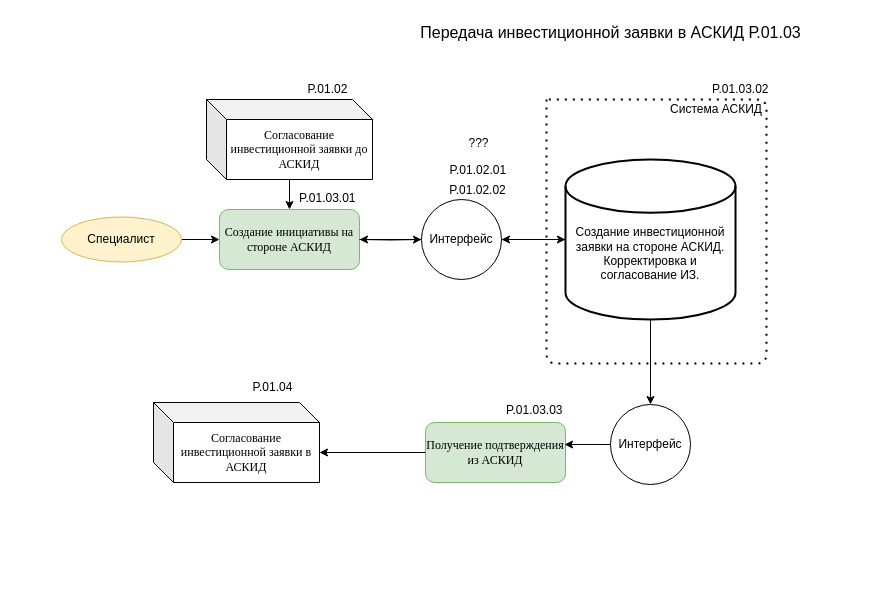
This is page "Page-3 (Done)" (3 of 7) of P.01.01 - 01.07_V2 (3).drawio from GluhovDmitry/charts, a draw.io file, before an edit. Source tidied: cells renumbered, new cells numbered last; positions are measured from the earlier drawing's top-left corner, leaving out a move shared by most shapes. Both pictures are drawn from the tidied source at 100%, with x=0, y=0 at pixel (61, 17).
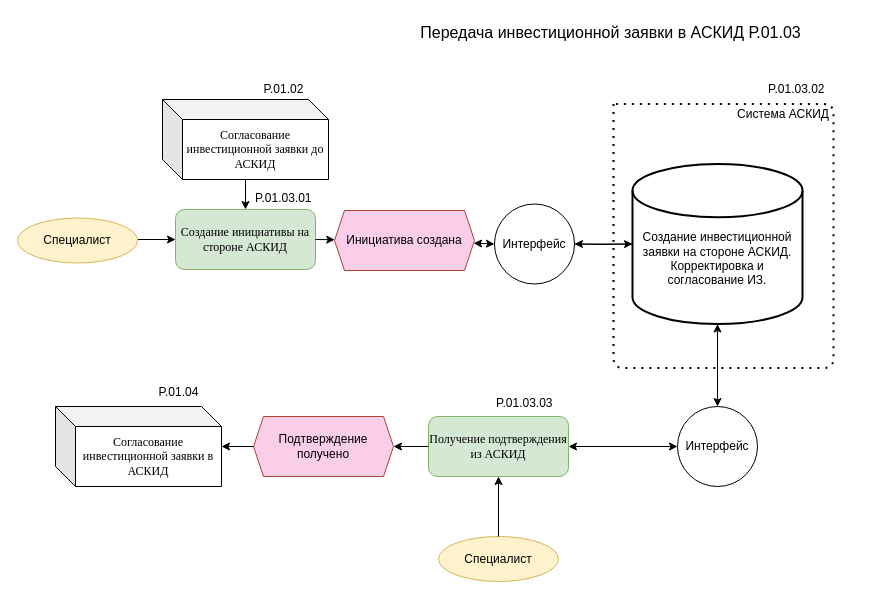
Above is the later version.

What changed in the source:
```diff
@@
     <mxCell id="3" value="&lt;span style=&quot;font-family: &amp;#34;times new roman&amp;#34; , serif&quot;&gt;&lt;font style=&quot;font-size: 12px&quot;&gt;Согласование инвестиционной заявки до АСКИД&lt;/font&gt;&lt;/span&gt;" style="shape=cube;whiteSpace=wrap;html=1;boundedLbl=1;backgroundOutline=1;darkOpacity=0.05;darkOpacity2=0.1;" parent="1" vertex="1">
-      <mxGeometry x="145" y="82" width="166" height="80" as="geometry" />
+      <mxGeometry x="101" y="82" width="166" height="80" as="geometry" />
     </mxCell>
     <mxCell id="4" value="&lt;font style=&quot;font-size: 12px&quot;&gt;P.01.02&lt;/font&gt;" style="text;html=1;strokeColor=none;fillColor=none;align=center;verticalAlign=middle;whiteSpace=wrap;rounded=0;" parent="1" vertex="1">
-      <mxGeometry x="242" y="62" width="49" height="20" as="geometry" />
+      <mxGeometry x="198" y="62" width="49" height="20" as="geometry" />
     </mxCell>
@@
     <mxCell id="6" value="&lt;span style=&quot;font-family: &amp;#34;times new roman&amp;#34; , serif&quot;&gt;&lt;font style=&quot;font-size: 12px&quot;&gt;Создание инициативы на стороне АСКИД&lt;/font&gt;&lt;/span&gt;" style="rounded=1;whiteSpace=wrap;html=1;fillColor=#d5e8d4;strokeColor=#82b366;" parent="1" vertex="1">
-      <mxGeometry x="158" y="192" width="140" height="60" as="geometry" />
+      <mxGeometry x="114" y="192" width="140" height="60" as="geometry" />
     </mxCell>
-    <mxCell id="7" value="P.01.02.01&amp;nbsp;" style="text;html=1;strokeColor=none;fillColor=none;align=center;verticalAlign=middle;whiteSpace=wrap;rounded=0;" parent="1" vertex="1">
-      <mxGeometry x="394" y="143" width="49" height="20" as="geometry" />
-    </mxCell>
-    <mxCell id="8" style="edgeStyle=orthogonalEdgeStyle;rounded=0;jettySize=auto;html=1;entryX=0;entryY=0.5;entryDx=0;entryDy=0;" parent="1" edge="1" target="11">
-      <mxGeometry relative="1" as="geometry">
-        <mxPoint x="298" y="222" as="sourcePoint" />
-      </mxGeometry>
-    </mxCell>
-    <mxCell id="9" style="edgeStyle=orthogonalEdgeStyle;rounded=0;jettySize=auto;html=1;entryX=0;entryY=0.5;entryDx=0;entryDy=0;entryPerimeter=0;" parent="1" edge="1" source="11" target="14">
-      <mxGeometry relative="1" as="geometry" />
+    <mxCell id="9" style="edgeStyle=orthogonalEdgeStyle;rounded=0;jettySize=auto;html=1;entryX=0;entryY=0.5;entryDx=0;entryDy=0;entryPerimeter=0;" parent="1" edge="1" target="14">
+      <mxGeometry relative="1" as="geometry">
+        <mxPoint x="507" y="226.5" as="sourcePoint" />
+      </mxGeometry>
     </mxCell>
-    <mxCell id="10" style="edgeStyle=orthogonalEdgeStyle;rounded=0;jettySize=auto;html=1;entryX=1;entryY=0.5;entryDx=0;entryDy=0;" parent="1" edge="1" source="11" target="6">
-      <mxGeometry relative="1" as="geometry" />
-    </mxCell>
     <mxCell id="11" value="Интерфейс" style="ellipse;whiteSpace=wrap;html=1;" parent="1" vertex="1">
-      <mxGeometry x="360" y="182" width="80" height="80" as="geometry" />
+      <mxGeometry x="433" y="186.5" width="80" height="80" as="geometry" />
     </mxCell>
-    <mxCell id="12" style="edgeStyle=orthogonalEdgeStyle;rounded=0;jettySize=auto;html=1;entryX=1;entryY=0.5;entryDx=0;entryDy=0;" parent="1" edge="1" source="14" target="11">
+    <mxCell id="12" style="edgeStyle=orthogonalEdgeStyle;rounded=0;jettySize=auto;html=1;" parent="1" edge="1" source="14" target="11">
       <mxGeometry relative="1" as="geometry" />
     </mxCell>
-    <mxCell id="13" style="edgeStyle=orthogonalEdgeStyle;rounded=0;jettySize=auto;html=1;entryX=0.5;entryY=0;entryDx=0;entryDy=0;" parent="1" edge="1" source="14" target="28">
-      <mxGeometry relative="1" as="geometry" />
-    </mxCell>
     <mxCell id="14" value="&lt;br&gt;&lt;br&gt;Создание инвестиционной заявки на стороне АСКИД.&lt;br&gt;Корректировка и согласование ИЗ." style="strokeWidth=2;html=1;shape=mxgraph.flowchart.database;whiteSpace=wrap;" parent="1" vertex="1">
-      <mxGeometry x="504" y="142" width="170" height="160" as="geometry" />
+      <mxGeometry x="571" y="146.5" width="170" height="160" as="geometry" />
     </mxCell>
     <mxCell id="15" value="Система АСКИД" style="text;html=1;strokeColor=none;fillColor=none;align=center;verticalAlign=middle;whiteSpace=wrap;rounded=0;" parent="1" vertex="1">
-      <mxGeometry x="605" y="82" width="100" height="20" as="geometry" />
+      <mxGeometry x="672" y="86.5" width="100" height="20" as="geometry" />
     </mxCell>
-    <mxCell id="16" value="P.01.02.02" style="text;html=1;strokeColor=none;fillColor=none;align=center;verticalAlign=middle;whiteSpace=wrap;rounded=0;" parent="1" vertex="1">
-      <mxGeometry x="392" y="163" width="49" height="20" as="geometry" />
-    </mxCell>
     <mxCell id="17" style="endArrow=none;dashed=1;html=1;dashPattern=1 3;strokeWidth=2;" parent="1" edge="1">
       <mxGeometry relative="1" as="geometry">
-        <mxPoint x="485" y="82" as="sourcePoint" />
-        <mxPoint x="485" y="82" as="targetPoint" />
+        <mxPoint x="552" y="86.5" as="sourcePoint" />
+        <mxPoint x="552" y="86.5" as="targetPoint" />
         <Array as="points">
-          <mxPoint x="485" y="346" />
-          <mxPoint x="705" y="346" />
-          <mxPoint x="705" y="82" />
+          <mxPoint x="552" y="350.5" />
+          <mxPoint x="772" y="350.5" />
+          <mxPoint x="772" y="86.5" />
         </Array>
       </mxGeometry>
     </mxCell>
     <mxCell id="18" value="&lt;span style=&quot;font-family: &amp;#34;times new roman&amp;#34; , serif&quot;&gt;&lt;font style=&quot;font-size: 12px&quot;&gt;Согласование инвестиционной заявки в АСКИД&lt;/font&gt;&lt;/span&gt;" style="shape=cube;whiteSpace=wrap;html=1;boundedLbl=1;backgroundOutline=1;darkOpacity=0.05;darkOpacity2=0.1;" parent="1" vertex="1">
-      <mxGeometry x="92" y="385" width="166" height="80" as="geometry" />
+      <mxGeometry x="-6" y="389" width="166" height="80" as="geometry" />
     </mxCell>
     <mxCell id="19" value="&lt;font style=&quot;font-size: 12px&quot;&gt;P.01.04&lt;/font&gt;" style="text;html=1;strokeColor=none;fillColor=none;align=center;verticalAlign=middle;whiteSpace=wrap;rounded=0;" parent="1" vertex="1">
-      <mxGeometry x="187" y="360" width="49" height="20" as="geometry" />
+      <mxGeometry x="93" y="365" width="49" height="20" as="geometry" />
     </mxCell>
-    <mxCell id="20" style="edgeStyle=orthogonalEdgeStyle;rounded=0;jettySize=auto;html=1;entryX=0;entryY=0.5;entryDx=0;entryDy=0;" parent="1" edge="1" source="21" target="6">
-      <mxGeometry relative="1" as="geometry" />
+    <mxCell id="20" style="edgeStyle=orthogonalEdgeStyle;rounded=0;jettySize=auto;html=1;entryX=0;entryY=0.5;entryDx=0;entryDy=0;" parent="1" edge="1" target="6">
+      <mxGeometry relative="1" as="geometry">
+        <mxPoint x="76" y="222" as="sourcePoint" />
+      </mxGeometry>
     </mxCell>
     <mxCell id="21" value="Специалист" style="ellipse;whiteSpace=wrap;html=1;fillColor=#fff2cc;strokeColor=#d6b656;" parent="1" vertex="1">
-      <mxGeometry y="199.5" width="120" height="45" as="geometry" />
+      <mxGeometry x="-44" y="200.5" width="120" height="45" as="geometry" />
     </mxCell>
     <mxCell id="22" value="&lt;font style=&quot;font-size: 12px&quot;&gt;P.01.03.01 &lt;/font&gt;" style="text;whiteSpace=wrap;html=1;" parent="1" vertex="1">
-      <mxGeometry x="236" y="167" width="93" height="30" as="geometry" />
+      <mxGeometry x="192" y="167" width="93" height="30" as="geometry" />
     </mxCell>
     <mxCell id="23" value="&lt;span style=&quot;font-family: &amp;#34;times new roman&amp;#34; , serif&quot;&gt;&lt;font style=&quot;font-size: 12px&quot;&gt;Получение подтверждения из АСКИД&lt;/font&gt;&lt;/span&gt;" style="rounded=1;whiteSpace=wrap;html=1;fillColor=#d5e8d4;strokeColor=#82b366;arcSize=15;" parent="1" vertex="1">
-      <mxGeometry x="364" y="405" width="140" height="60" as="geometry" />
+      <mxGeometry x="367" y="399" width="140" height="60" as="geometry" />
     </mxCell>
-    <mxCell id="24" style="endArrow=classic;html=1;exitX=0;exitY=0.5;exitDx=0;exitDy=0;entryX=0;entryY=0;entryDx=166;entryDy=50;entryPerimeter=0;" parent="1" edge="1" source="23" target="18">
+    <mxCell id="24" style="endArrow=classic;html=1;exitX=0;exitY=0.5;exitDx=0;exitDy=0;entryX=1;entryY=0.5;entryDx=0;entryDy=0;" parent="1" edge="1" source="23" target="33">
       <mxGeometry relative="1" as="geometry" />
     </mxCell>
     <mxCell id="25" value="&lt;font style=&quot;font-size: 12px&quot;&gt;P.01.03.03 &lt;/font&gt;" style="text;whiteSpace=wrap;html=1;" parent="1" vertex="1">
-      <mxGeometry x="443" y="379" width="87" height="30" as="geometry" />
+      <mxGeometry x="433" y="372" width="87" height="30" as="geometry" />
     </mxCell>
-    <mxCell id="26" value="???&lt;br&gt;" style="text;html=1;align=center;verticalAlign=middle;" parent="1" vertex="1">
-      <mxGeometry x="401.5" y="117" width="30" height="18" as="geometry" />
-    </mxCell>
     <mxCell id="27" value="&lt;font style=&quot;font-size: 12px&quot;&gt;P.01.03.02 &lt;/font&gt;" style="text;whiteSpace=wrap;html=1;" parent="1" vertex="1">
-      <mxGeometry x="649" y="57.5" width="87" height="29" as="geometry" />
+      <mxGeometry x="705" y="57.5" width="87" height="29" as="geometry" />
     </mxCell>
     <mxCell id="28" value="Интерфейс" style="ellipse;whiteSpace=wrap;html=1;" parent="1" vertex="1">
-      <mxGeometry x="549" y="387" width="80" height="80" as="geometry" />
+      <mxGeometry x="616" y="389" width="80" height="80" as="geometry" />
     </mxCell>
-    <mxCell id="29" style="endArrow=classic;html=1;exitX=0;exitY=0.5;exitDx=0;exitDy=0;entryX=0.993;entryY=0.367;entryDx=0;entryDy=0;entryPerimeter=0;" parent="1" edge="1" source="28" target="23">
-      <mxGeometry relative="1" as="geometry" />
-    </mxCell>
+    <mxCell id="30" value="Инициатива создана" style="shape=hexagon;perimeter=hexagonPerimeter2;whiteSpace=wrap;html=1;size=0.07142857142857142;strokeColor=#ae4132;fillColor=#FACDE8;" parent="1" vertex="1">
+      <mxGeometry x="273" y="193" width="140" height="60" as="geometry" />
+    </mxCell>
+    <mxCell id="31" style="endArrow=classic;html=1;exitX=1;exitY=0.5;exitDx=0;exitDy=0;" parent="1" edge="1" source="6" target="30">
+      <mxGeometry relative="1" as="geometry" />
+    </mxCell>
+    <mxCell id="32" style="endArrow=classic;startArrow=classic;html=1;entryX=0;entryY=0.5;entryDx=0;entryDy=0;" parent="1" edge="1" source="30" target="11">
+      <mxGeometry relative="1" as="geometry" />
+    </mxCell>
+    <mxCell id="33" value="Подтверждение получено" style="shape=hexagon;perimeter=hexagonPerimeter2;whiteSpace=wrap;html=1;size=0.07142857142857142;strokeColor=#ae4132;fillColor=#FACDE8;" parent="1" vertex="1">
+      <mxGeometry x="192" y="399" width="140" height="60" as="geometry" />
+    </mxCell>
+    <mxCell id="34" style="endArrow=classic;html=1;exitX=0;exitY=0.5;exitDx=0;exitDy=0;" parent="1" edge="1" source="33" target="18">
+      <mxGeometry relative="1" as="geometry" />
+    </mxCell>
+    <mxCell id="35" style="endArrow=classic;startArrow=classic;html=1;exitX=0.5;exitY=0;exitDx=0;exitDy=0;" parent="1" edge="1" source="28" target="14">
+      <mxGeometry relative="1" as="geometry" />
+    </mxCell>
+    <mxCell id="36" style="endArrow=classic;startArrow=classic;html=1;exitX=1;exitY=0.5;exitDx=0;exitDy=0;" parent="1" edge="1" source="23" target="28">
+      <mxGeometry relative="1" as="geometry" />
+    </mxCell>
+    <mxCell id="37" value="Специалист" style="ellipse;whiteSpace=wrap;html=1;fillColor=#fff2cc;strokeColor=#d6b656;" parent="1" vertex="1">
+      <mxGeometry x="377" y="519" width="120" height="45" as="geometry" />
+    </mxCell>
+    <mxCell id="38" style="endArrow=classic;html=1;" parent="1" edge="1" source="37" target="23">
+      <mxGeometry relative="1" as="geometry" />
+    </mxCell>
```
